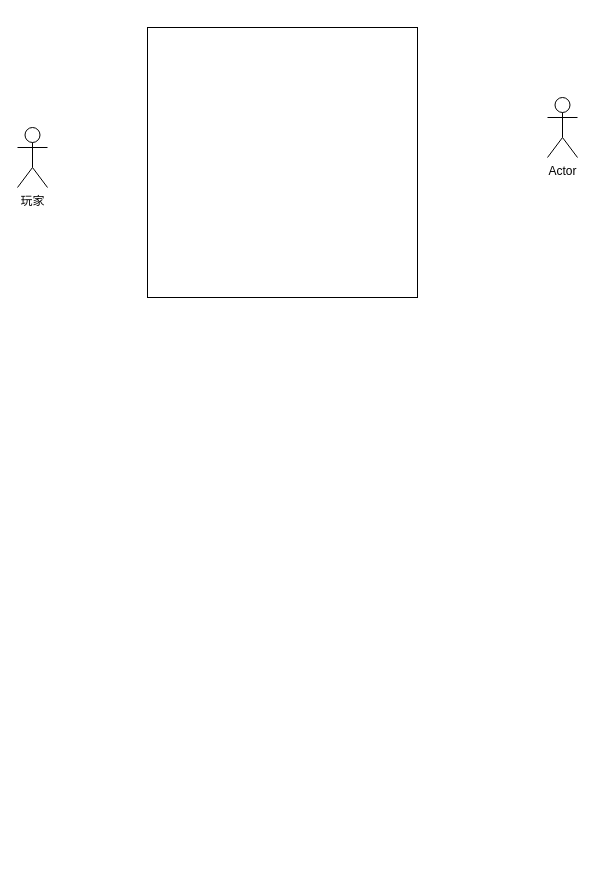
Earlier version of the draw.io diagram 未命名绘图.drawio (LILILIhuahuahua/ustc_tencent_game_client). Source tidied: cells renumbered, new cells numbered last; positions are measured from the earlier drawing's top-left corner, leaving out a move shared by most shapes. Both pictures are drawn from the tidied source at 100%, with x=0, y=0 at pixel (17, 27).
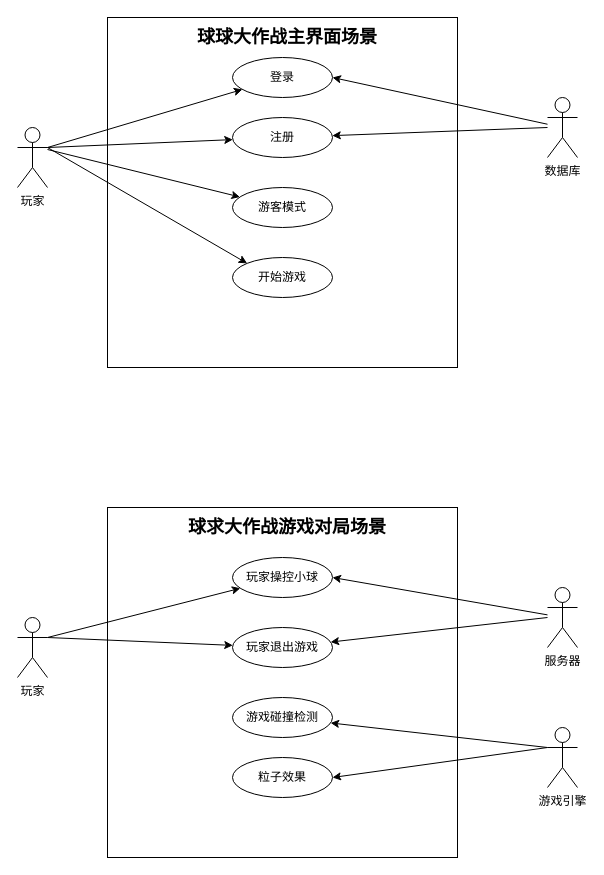
Above is the later version.

Commit message:
更新未命名绘图.drawio

Unchanged cells that the change refers to:
```xml
<mxCell id="2" value="玩家" style="shape=umlActor;verticalLabelPosition=bottom;verticalAlign=top;html=1;outlineConnect=0;" parent="1" vertex="1">
  <mxGeometry y="100" width="30" height="60" as="geometry" />
</mxCell>
```

Diff of the diagram source:
```diff
@@
     <mxCell id="3" style="whiteSpace=wrap;html=1;" parent="1" vertex="1">
-      <mxGeometry x="130" width="270" height="270" as="geometry" />
+      <mxGeometry x="90" y="-10" width="350" height="350" as="geometry" />
     </mxCell>
-    <mxCell id="4" value="Actor" style="shape=umlActor;verticalLabelPosition=bottom;verticalAlign=top;html=1;outlineConnect=0;" parent="1" vertex="1">
+    <mxCell id="4" value="数据库" style="shape=umlActor;verticalLabelPosition=bottom;verticalAlign=top;html=1;outlineConnect=0;" parent="1" vertex="1">
       <mxGeometry x="530" y="70" width="30" height="60" as="geometry" />
     </mxCell>
+    <mxCell id="5" value="登录" style="ellipse;whiteSpace=wrap;html=1;" parent="1" vertex="1">
+      <mxGeometry x="215" y="30" width="100" height="40" as="geometry" />
+    </mxCell>
+    <mxCell id="6" value="注册" style="ellipse;whiteSpace=wrap;html=1;" parent="1" vertex="1">
+      <mxGeometry x="215" y="90" width="100" height="40" as="geometry" />
+    </mxCell>
+    <mxCell id="7" value="游客模式" style="ellipse;whiteSpace=wrap;html=1;" parent="1" vertex="1">
+      <mxGeometry x="215" y="160" width="100" height="40" as="geometry" />
+    </mxCell>
+    <mxCell id="8" value="开始游戏" style="ellipse;whiteSpace=wrap;html=1;" parent="1" vertex="1">
+      <mxGeometry x="215" y="230" width="100" height="40" as="geometry" />
+    </mxCell>
+    <mxCell id="9" style="endArrow=classic;html=1;entryX=1;entryY=0.5;entryDx=0;entryDy=0;" parent="1" edge="1" source="4" target="5">
+      <mxGeometry relative="1" as="geometry" />
+    </mxCell>
+    <mxCell id="10" style="endArrow=classic;html=1;exitX=1;exitY=0.3333333333333333;exitDx=0;exitDy=0;exitPerimeter=0;" parent="1" edge="1" source="2" target="5">
+      <mxGeometry relative="1" as="geometry" />
+    </mxCell>
+    <mxCell id="11" style="endArrow=classic;html=1;exitX=1;exitY=0.3333333333333333;exitDx=0;exitDy=0;exitPerimeter=0;" parent="1" edge="1" source="2" target="6">
+      <mxGeometry relative="1" as="geometry" />
+    </mxCell>
+    <mxCell id="12" style="endArrow=classic;html=1;" parent="1" edge="1" target="7">
+      <mxGeometry relative="1" as="geometry">
+        <mxPoint x="30" y="122" as="sourcePoint" />
+      </mxGeometry>
+    </mxCell>
+    <mxCell id="13" style="endArrow=classic;html=1;exitX=1;exitY=0.3333333333333333;exitDx=0;exitDy=0;exitPerimeter=0;entryX=0;entryY=0;entryDx=0;entryDy=0;" parent="1" edge="1" source="2" target="8">
+      <mxGeometry relative="1" as="geometry" />
+    </mxCell>
+    <mxCell id="14" style="endArrow=classic;html=1;" parent="1" edge="1" target="6">
+      <mxGeometry relative="1" as="geometry">
+        <mxPoint x="530" y="100" as="sourcePoint" />
+      </mxGeometry>
+    </mxCell>
+    <mxCell id="15" value="玩家" style="shape=umlActor;verticalLabelPosition=bottom;verticalAlign=top;html=1;outlineConnect=0;" parent="1" vertex="1">
+      <mxGeometry y="590" width="30" height="60" as="geometry" />
+    </mxCell>
+    <mxCell id="16" style="whiteSpace=wrap;html=1;" parent="1" vertex="1">
+      <mxGeometry x="90" y="480" width="350" height="350" as="geometry" />
+    </mxCell>
+    <mxCell id="17" value="服务器" style="shape=umlActor;verticalLabelPosition=bottom;verticalAlign=top;html=1;outlineConnect=0;" parent="1" vertex="1">
+      <mxGeometry x="530" y="560" width="30" height="60" as="geometry" />
+    </mxCell>
+    <mxCell id="18" value="玩家操控小球" style="ellipse;whiteSpace=wrap;html=1;" parent="1" vertex="1">
+      <mxGeometry x="215" y="530" width="100" height="40" as="geometry" />
+    </mxCell>
+    <mxCell id="19" value="玩家退出游戏" style="ellipse;whiteSpace=wrap;html=1;" parent="1" vertex="1">
+      <mxGeometry x="215" y="600" width="100" height="40" as="geometry" />
+    </mxCell>
+    <mxCell id="20" value="游戏碰撞检测" style="ellipse;whiteSpace=wrap;html=1;" parent="1" vertex="1">
+      <mxGeometry x="215" y="670" width="100" height="40" as="geometry" />
+    </mxCell>
+    <mxCell id="21" value="粒子效果" style="ellipse;whiteSpace=wrap;html=1;" parent="1" vertex="1">
+      <mxGeometry x="215" y="730" width="100" height="40" as="geometry" />
+    </mxCell>
+    <mxCell id="22" style="endArrow=classic;html=1;entryX=1;entryY=0.5;entryDx=0;entryDy=0;" parent="1" edge="1" source="17" target="18">
+      <mxGeometry relative="1" as="geometry" />
+    </mxCell>
+    <mxCell id="23" style="endArrow=classic;html=1;exitX=1;exitY=0.3333333333333333;exitDx=0;exitDy=0;exitPerimeter=0;" parent="1" edge="1" source="15" target="18">
+      <mxGeometry relative="1" as="geometry" />
+    </mxCell>
+    <mxCell id="24" style="endArrow=classic;html=1;exitX=1;exitY=0.3333333333333333;exitDx=0;exitDy=0;exitPerimeter=0;" parent="1" edge="1" source="15" target="19">
+      <mxGeometry relative="1" as="geometry" />
+    </mxCell>
+    <mxCell id="25" style="endArrow=classic;html=1;exitX=0;exitY=0.3333333333333333;exitDx=0;exitDy=0;exitPerimeter=0;" parent="1" edge="1" source="30" target="20">
+      <mxGeometry relative="1" as="geometry" />
+    </mxCell>
+    <mxCell id="26" style="endArrow=classic;html=1;exitX=0;exitY=0.3333333333333333;exitDx=0;exitDy=0;exitPerimeter=0;entryX=1;entryY=0.5;entryDx=0;entryDy=0;" parent="1" edge="1" source="30" target="21">
+      <mxGeometry relative="1" as="geometry" />
+    </mxCell>
+    <mxCell id="27" style="endArrow=classic;html=1;" parent="1" edge="1" target="19">
+      <mxGeometry relative="1" as="geometry">
+        <mxPoint x="530" y="590" as="sourcePoint" />
+      </mxGeometry>
+    </mxCell>
+    <mxCell id="28" value="&lt;b&gt;&lt;font style=&quot;font-size: 18px&quot;&gt;球球大作战主界面场景&lt;/font&gt;&lt;/b&gt;" style="text;html=1;strokeColor=none;fillColor=none;align=center;verticalAlign=middle;whiteSpace=wrap;rounded=0;" parent="1" vertex="1">
+      <mxGeometry x="176" width="187.5" height="20" as="geometry" />
+    </mxCell>
+    <mxCell id="29" value="&lt;b&gt;&lt;font style=&quot;font-size: 18px&quot;&gt;球求大作战游戏对局场景&lt;/font&gt;&lt;/b&gt;" style="text;html=1;strokeColor=none;fillColor=none;align=center;verticalAlign=middle;whiteSpace=wrap;rounded=0;" parent="1" vertex="1">
+      <mxGeometry x="161" y="490" width="217.5" height="20" as="geometry" />
+    </mxCell>
+    <mxCell id="30" value="游戏引擎" style="shape=umlActor;verticalLabelPosition=bottom;verticalAlign=top;html=1;outlineConnect=0;" parent="1" vertex="1">
+      <mxGeometry x="530" y="700" width="30" height="60" as="geometry" />
+    </mxCell>
```
